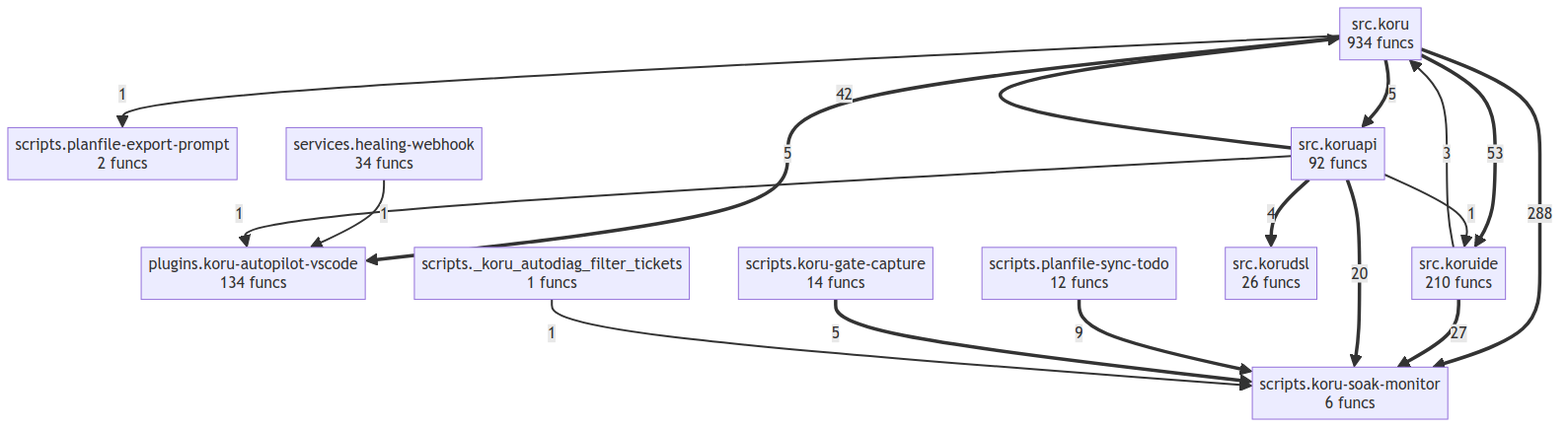
semcod/koru keeps this Mermaid diagram as project/compact_flow.png. Above is the earlier version. Its source is kept beside it as project/compact_flow.mmd.
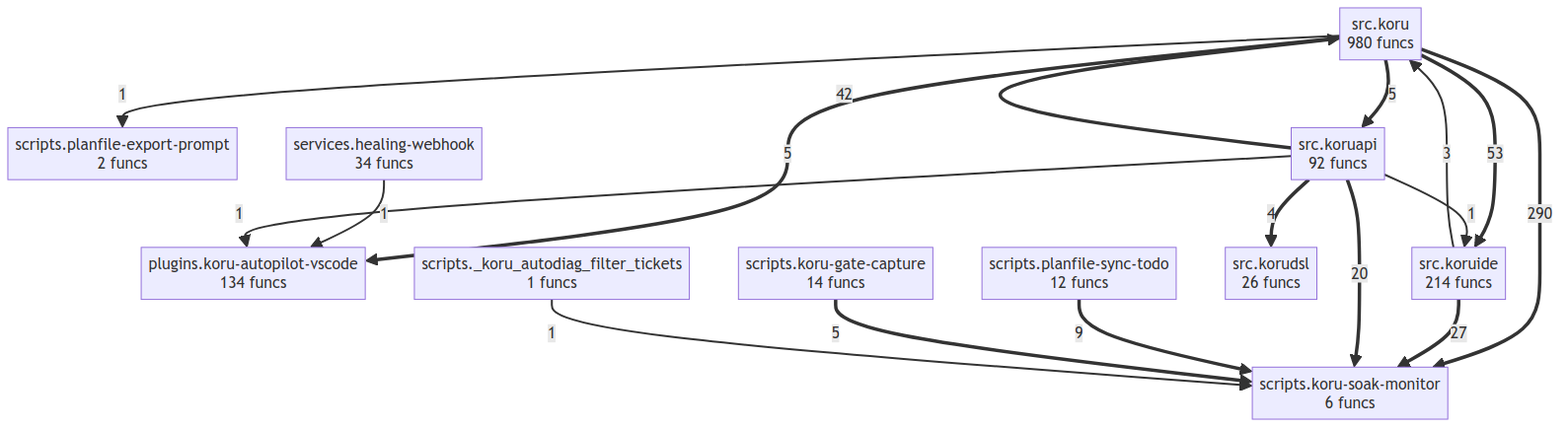
Above is the later version.

Diff of the diagram source:
```diff
@@ -6,11 +6,11 @@
     scripts__planfile_export_prompt["scripts.planfile-export-prompt<br/>2 funcs"]
     scripts__planfile_sync_todo["scripts.planfile-sync-todo<br/>12 funcs"]
     services__healing_webhook["services.healing-webhook<br/>34 funcs"]
-    src__koru["src.koru<br/>934 funcs"]
+    src__koru["src.koru<br/>980 funcs"]
     src__koruapi["src.koruapi<br/>92 funcs"]
     src__korudsl["src.korudsl<br/>26 funcs"]
-    src__koruide["src.koruide<br/>210 funcs"]
-    src__koru ==>|288| scripts__koru_soak_monitor
+    src__koruide["src.koruide<br/>214 funcs"]
+    src__koru ==>|290| scripts__koru_soak_monitor
     src__koru ==>|53| src__koruide
     src__koruapi ==>|42| src__koru
     src__koruide ==>|27| scripts__koru_soak_monitor
```
